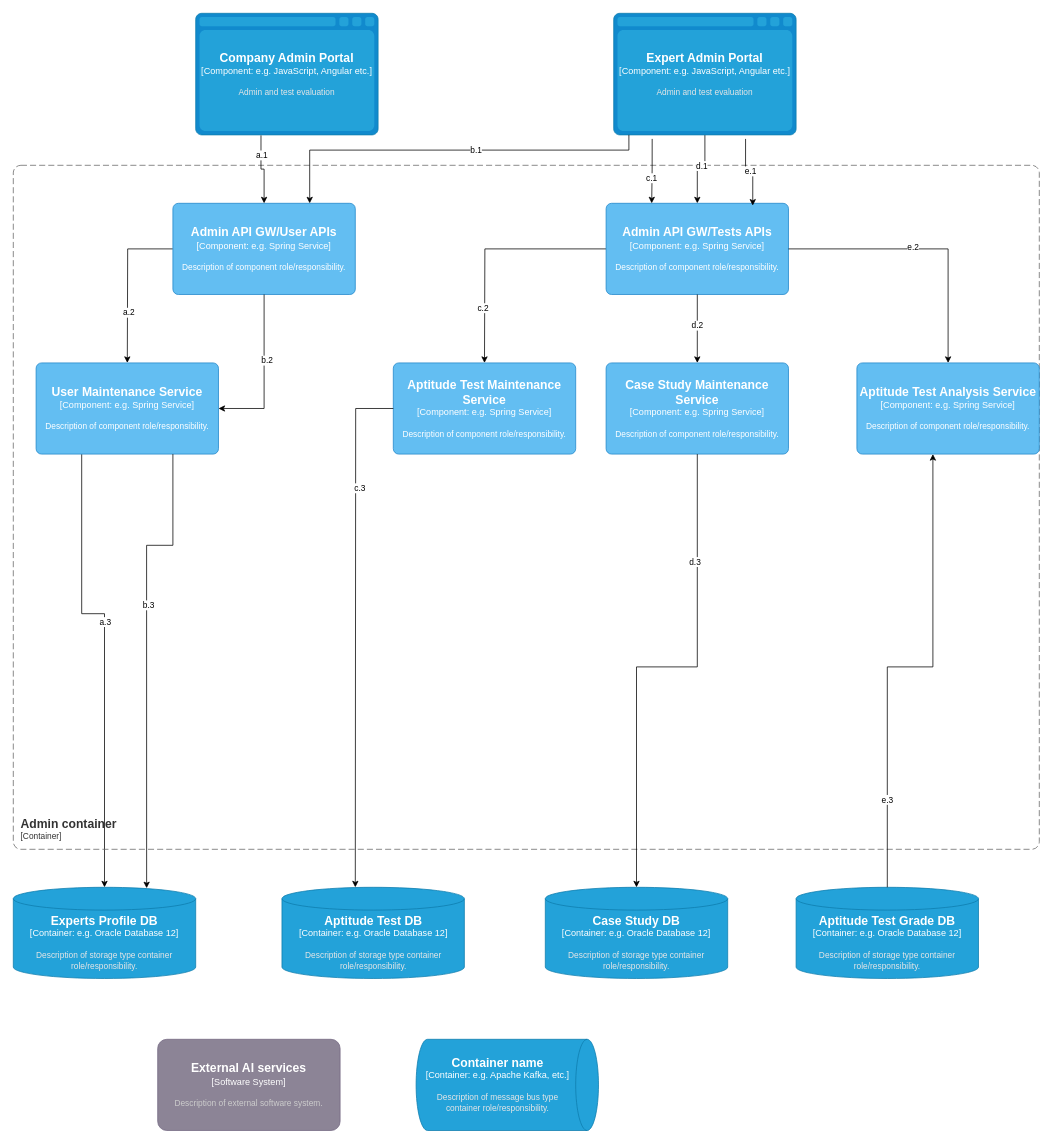
Above: page "C3-Admin Container Components" (3 of 5) of Certifiable c4.drawio in architectrons/arch-kata-2025 (draw.io), before the change. Source tidied: cells renumbered, new cells numbered last; positions are measured from the earlier drawing's top-left corner, leaving out a move shared by most shapes. Both pictures are drawn from the tidied source at 76%, with x=0, y=0 at pixel (13, 13).
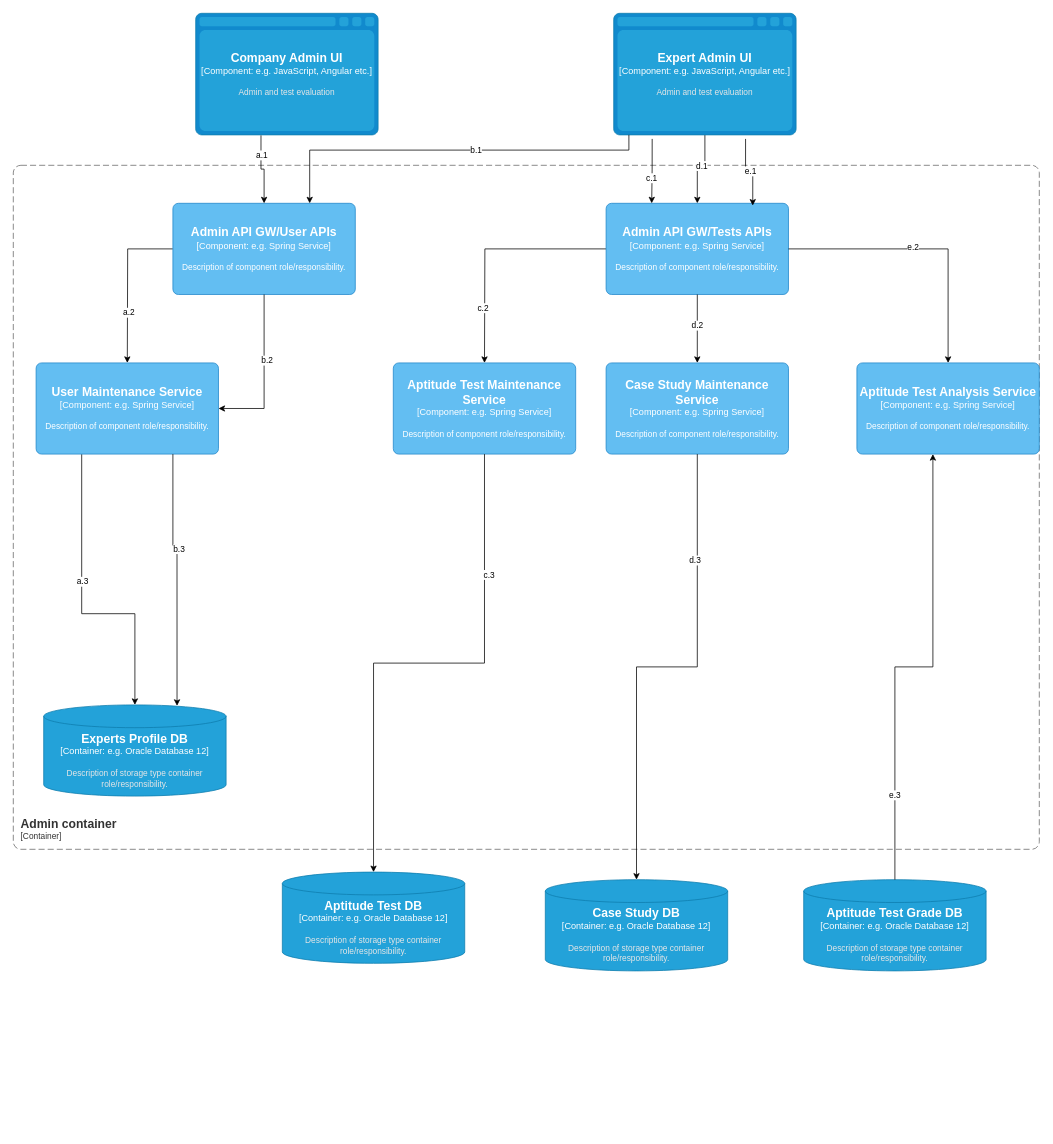
After the change.

Commit message (it also covers changes not shown here):
C4. C3 Admin and Aptitude test components.drawio

The change refers to these unchanged cells:
```xml
<object id="16" label="&lt;font style=&quot;font-size: 16px&quot;&gt;&lt;b&gt;%c4Name%&lt;/b&gt;&lt;/font&gt;&lt;div&gt;[%c4Type%: %c4Technology%]&lt;/div&gt;&lt;br&gt;&lt;div&gt;&lt;font style=&quot;font-size: 11px&quot;&gt;%c4Description%&lt;/font&gt;&lt;/div&gt;" c4Description="Description of component role/responsibility." c4Name="Aptitude Test Maintenance Service" c4Technology="e.g. Spring Service" c4Type="Component" placeholders="1">
  <mxCell style="rounded=1;whiteSpace=wrap;html=1;labelBackgroundColor=none;fillColor=#63BEF2;fontColor=#ffffff;align=center;arcSize=6;strokeColor=#2086C9;points=[[0.25,0,0],[0.5,0,0],[0.75,0,0],[1,0.25,0],[1,0.5,0],[1,0.75,0],[0.75,1,0],[0.5,1,0],[0.25,1,0],[0,0.75,0],[0,0.5,0],[0,0.25,0]];" parent="1" vertex="1">
    <mxGeometry x="500" y="460" width="240" height="120" as="geometry" />
  </mxCell>
</object>
```

The edit, as a diff of the source:
```diff
@@
-    <object id="2" label="&lt;font style=&quot;font-size: 16px&quot;&gt;&lt;b&gt;%c4Name%&lt;/b&gt;&lt;/font&gt;&lt;div&gt;[%c4Type%:&amp;nbsp;%c4Technology%]&lt;/div&gt;&lt;br&gt;&lt;div&gt;&lt;font style=&quot;font-size: 11px&quot;&gt;&lt;font color=&quot;#E6E6E6&quot;&gt;%c4Description%&lt;/font&gt;&lt;/div&gt;" c4Description="Admin and test evaluation" c4Name="Company Admin Portal" c4Technology="e.g. JavaScript, Angular etc." c4Type="Component" placeholders="1">
+    <object id="2" label="&lt;font style=&quot;font-size: 16px&quot;&gt;&lt;b&gt;%c4Name%&lt;/b&gt;&lt;/font&gt;&lt;div&gt;[%c4Type%:&amp;nbsp;%c4Technology%]&lt;/div&gt;&lt;br&gt;&lt;div&gt;&lt;font style=&quot;font-size: 11px&quot;&gt;&lt;font color=&quot;#E6E6E6&quot;&gt;%c4Description%&lt;/font&gt;&lt;/div&gt;" c4Description="Admin and test evaluation" c4Name="Company Admin UI" c4Technology="e.g. JavaScript, Angular etc." c4Type="Component" placeholders="1">
       <mxCell style="shape=mxgraph.c4.webBrowserContainer2;whiteSpace=wrap;html=1;boundedLbl=1;rounded=0;labelBackgroundColor=none;strokeColor=#118ACD;fillColor=#23A2D9;strokeColor=#118ACD;strokeColor2=#0E7DAD;fontSize=12;fontColor=#ffffff;align=center;points=[[0.5,0,0],[1,0.25,0],[1,0.5,0],[1,0.75,0],[0.5,1,0],[0,0.75,0],[0,0.5,0],[0,0.25,0]];" parent="1" vertex="1">
         <mxGeometry x="240" width="240" height="160" as="geometry" />
       </mxCell>
     </object>
@@
-    <object id="10" label="&lt;font style=&quot;font-size: 16px&quot;&gt;&lt;b&gt;%c4Name%&lt;/b&gt;&lt;/font&gt;&lt;div&gt;[%c4Type%]&lt;/div&gt;&lt;br&gt;&lt;div&gt;&lt;font style=&quot;font-size: 11px&quot;&gt;&lt;font color=&quot;#cccccc&quot;&gt;%c4Description%&lt;/font&gt;&lt;/div&gt;" c4Description="Description of external software system." c4Name="External AI services" c4Type="Software System" placeholders="1">
-      <mxCell style="rounded=1;whiteSpace=wrap;html=1;labelBackgroundColor=none;fillColor=#8C8496;fontColor=#ffffff;align=center;arcSize=10;strokeColor=#736782;" parent="1" vertex="1">
-        <mxGeometry x="190" y="1350" width="240" height="120" as="geometry" />
-      </mxCell>
-    </object>
-    <object id="11" label="&lt;font style=&quot;font-size: 16px&quot;&gt;&lt;b&gt;%c4Name%&lt;/b&gt;&lt;/font&gt;&lt;div&gt;[%c4Type%:&amp;nbsp;%c4Technology%]&lt;/div&gt;&lt;br&gt;&lt;div&gt;&lt;font style=&quot;font-size: 11px&quot;&gt;&lt;font color=&quot;#E6E6E6&quot;&gt;%c4Description%&lt;/font&gt;&lt;/div&gt;" c4Description="Description of message bus type container role/responsibility." c4Name="Container name" c4Technology="e.g. Apache Kafka, etc." c4Type="Container" placeholders="1">
-      <mxCell style="shape=cylinder3;size=15;direction=south;whiteSpace=wrap;html=1;boundedLbl=1;rounded=0;labelBackgroundColor=none;fillColor=#23A2D9;fontSize=12;fontColor=#ffffff;align=center;strokeColor=#0E7DAD;" parent="1" vertex="1">
-        <mxGeometry x="530" y="1350" width="240" height="120" as="geometry" />
-      </mxCell>
-    </object>
@@
-    <object id="14" label="&lt;font style=&quot;font-size: 16px&quot;&gt;&lt;b&gt;%c4Name%&lt;/b&gt;&lt;/font&gt;&lt;div&gt;[%c4Type%:&amp;nbsp;%c4Technology%]&lt;/div&gt;&lt;br&gt;&lt;div&gt;&lt;font style=&quot;font-size: 11px&quot;&gt;&lt;font color=&quot;#E6E6E6&quot;&gt;%c4Description%&lt;/font&gt;&lt;/div&gt;" c4Description="Admin and test evaluation" c4Name="Expert Admin Portal" c4Technology="e.g. JavaScript, Angular etc." c4Type="Component" placeholders="1">
+    <object id="14" label="&lt;font style=&quot;font-size: 16px&quot;&gt;&lt;b&gt;%c4Name%&lt;/b&gt;&lt;/font&gt;&lt;div&gt;[%c4Type%:&amp;nbsp;%c4Technology%]&lt;/div&gt;&lt;br&gt;&lt;div&gt;&lt;font style=&quot;font-size: 11px&quot;&gt;&lt;font color=&quot;#E6E6E6&quot;&gt;%c4Description%&lt;/font&gt;&lt;/div&gt;" c4Description="Admin and test evaluation" c4Name="Expert Admin UI" c4Technology="e.g. JavaScript, Angular etc." c4Type="Component" placeholders="1">
       <mxCell style="shape=mxgraph.c4.webBrowserContainer2;whiteSpace=wrap;html=1;boundedLbl=1;rounded=0;labelBackgroundColor=none;strokeColor=#118ACD;fillColor=#23A2D9;strokeColor=#118ACD;strokeColor2=#0E7DAD;fontSize=12;fontColor=#ffffff;align=center;points=[[0.5,0,0],[1,0.25,0],[1,0.5,0],[1,0.75,0],[0.5,1,0],[0,0.75,0],[0,0.5,0],[0,0.25,0]];" parent="1" vertex="1">
         <mxGeometry x="790" width="240" height="160" as="geometry" />
       </mxCell>
     </object>
     <object id="15" label="&lt;font style=&quot;font-size: 16px&quot;&gt;&lt;b&gt;%c4Name%&lt;/b&gt;&lt;/font&gt;&lt;div&gt;[%c4Type%:&amp;nbsp;%c4Technology%]&lt;/div&gt;&lt;br&gt;&lt;div&gt;&lt;font style=&quot;font-size: 11px&quot;&gt;&lt;font color=&quot;#E6E6E6&quot;&gt;%c4Description%&lt;/font&gt;&lt;/div&gt;" c4Description="Description of storage type container role/responsibility." c4Name="Experts Profile DB" c4Technology="e.g. Oracle Database 12" c4Type="Container" placeholders="1">
       <mxCell style="shape=cylinder3;size=15;whiteSpace=wrap;html=1;boundedLbl=1;rounded=0;labelBackgroundColor=none;fillColor=#23A2D9;fontSize=12;fontColor=#ffffff;align=center;strokeColor=#0E7DAD;points=[[0.5,0,0],[1,0.25,0],[1,0.5,0],[1,0.75,0],[0.5,1,0],[0,0.75,0],[0,0.5,0],[0,0.25,0]];" parent="1" vertex="1">
-        <mxGeometry y="1150" width="240" height="120" as="geometry" />
+        <mxGeometry x="40" y="910" width="240" height="120" as="geometry" />
       </mxCell>
     </object>
@@
-    <mxCell id="17" style="edgeStyle=orthogonalEdgeStyle;rounded=0;jettySize=auto;html=1;entryX=0.5;entryY=0;entryDx=0;entryDy=0;entryPerimeter=0;" parent="1" edge="1" source="16">
-      <mxGeometry relative="1" as="geometry">
-        <mxPoint x="450" y="1150" as="targetPoint" />
-      </mxGeometry>
+    <mxCell id="17" style="edgeStyle=orthogonalEdgeStyle;rounded=0;jettySize=auto;html=1;entryX=0.5;entryY=0;entryDx=0;entryDy=0;entryPerimeter=0;" parent="1" edge="1" source="16" target="20">
+      <mxGeometry relative="1" as="geometry" />
     </mxCell>
@@
     <object id="20" label="&lt;font style=&quot;font-size: 16px&quot;&gt;&lt;b&gt;%c4Name%&lt;/b&gt;&lt;/font&gt;&lt;div&gt;[%c4Type%:&amp;nbsp;%c4Technology%]&lt;/div&gt;&lt;br&gt;&lt;div&gt;&lt;font style=&quot;font-size: 11px&quot;&gt;&lt;font color=&quot;#E6E6E6&quot;&gt;%c4Description%&lt;/font&gt;&lt;/div&gt;" c4Description="Description of storage type container role/responsibility." c4Name="Aptitude Test DB" c4Technology="e.g. Oracle Database 12" c4Type="Container" placeholders="1">
       <mxCell style="shape=cylinder3;size=15;whiteSpace=wrap;html=1;boundedLbl=1;rounded=0;labelBackgroundColor=none;fillColor=#23A2D9;fontSize=12;fontColor=#ffffff;align=center;strokeColor=#0E7DAD;points=[[0.5,0,0],[1,0.25,0],[1,0.5,0],[1,0.75,0],[0.5,1,0],[0,0.75,0],[0,0.5,0],[0,0.25,0]];" parent="1" vertex="1">
-        <mxGeometry x="353.5" y="1150" width="240" height="120" as="geometry" />
+        <mxGeometry x="354" y="1130" width="240" height="120" as="geometry" />
       </mxCell>
     </object>
     <object id="21" label="&lt;font style=&quot;font-size: 16px&quot;&gt;&lt;b&gt;%c4Name%&lt;/b&gt;&lt;/font&gt;&lt;div&gt;[%c4Type%:&amp;nbsp;%c4Technology%]&lt;/div&gt;&lt;br&gt;&lt;div&gt;&lt;font style=&quot;font-size: 11px&quot;&gt;&lt;font color=&quot;#E6E6E6&quot;&gt;%c4Description%&lt;/font&gt;&lt;/div&gt;" c4Description="Description of storage type container role/responsibility." c4Name="Case Study DB" c4Technology="e.g. Oracle Database 12" c4Type="Container" placeholders="1">
       <mxCell style="shape=cylinder3;size=15;whiteSpace=wrap;html=1;boundedLbl=1;rounded=0;labelBackgroundColor=none;fillColor=#23A2D9;fontSize=12;fontColor=#ffffff;align=center;strokeColor=#0E7DAD;points=[[0.5,0,0],[1,0.25,0],[1,0.5,0],[1,0.75,0],[0.5,1,0],[0,0.75,0],[0,0.5,0],[0,0.25,0]];" parent="1" vertex="1">
-        <mxGeometry x="700" y="1150" width="240" height="120" as="geometry" />
+        <mxGeometry x="700" y="1140" width="240" height="120" as="geometry" />
       </mxCell>
     </object>
@@
     <object id="23" label="&lt;font style=&quot;font-size: 16px&quot;&gt;&lt;b&gt;%c4Name%&lt;/b&gt;&lt;/font&gt;&lt;div&gt;[%c4Type%:&amp;nbsp;%c4Technology%]&lt;/div&gt;&lt;br&gt;&lt;div&gt;&lt;font style=&quot;font-size: 11px&quot;&gt;&lt;font color=&quot;#E6E6E6&quot;&gt;%c4Description%&lt;/font&gt;&lt;/div&gt;" c4Description="Description of storage type container role/responsibility." c4Name="Aptitude Test Grade DB" c4Technology="e.g. Oracle Database 12" c4Type="Container" placeholders="1">
       <mxCell style="shape=cylinder3;size=15;whiteSpace=wrap;html=1;boundedLbl=1;rounded=0;labelBackgroundColor=none;fillColor=#23A2D9;fontSize=12;fontColor=#ffffff;align=center;strokeColor=#0E7DAD;points=[[0.5,0,0],[1,0.25,0],[1,0.5,0],[1,0.75,0],[0.5,1,0],[0,0.75,0],[0,0.5,0],[0,0.25,0]];" parent="1" vertex="1">
-        <mxGeometry x="1030" y="1150" width="240" height="120" as="geometry" />
+        <mxGeometry x="1040" y="1140" width="240" height="120" as="geometry" />
       </mxCell>
     </object>
```
